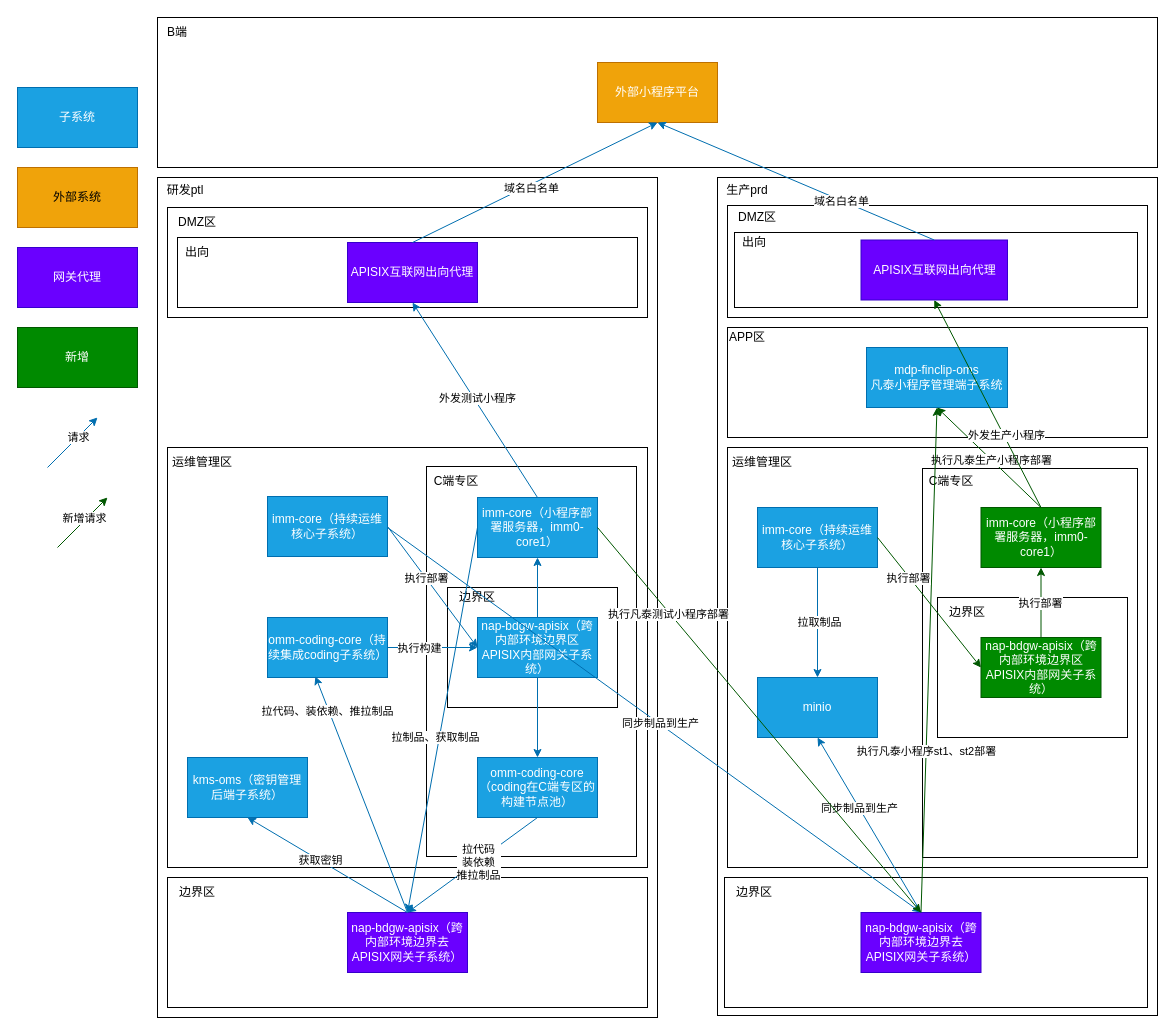
This is 小程序发布部署架构图-生产有C端专区-凡泰测试发到生产.drawio from lao-chengyong/-, a draw.io file, before an edit. Source tidied: cells renumbered, new cells numbered last; positions are measured from the earlier drawing's top-left corner, leaving out a move shared by most shapes. Both pictures are drawn from the tidied source at 100%, with x=0, y=0 at pixel (17, 17).
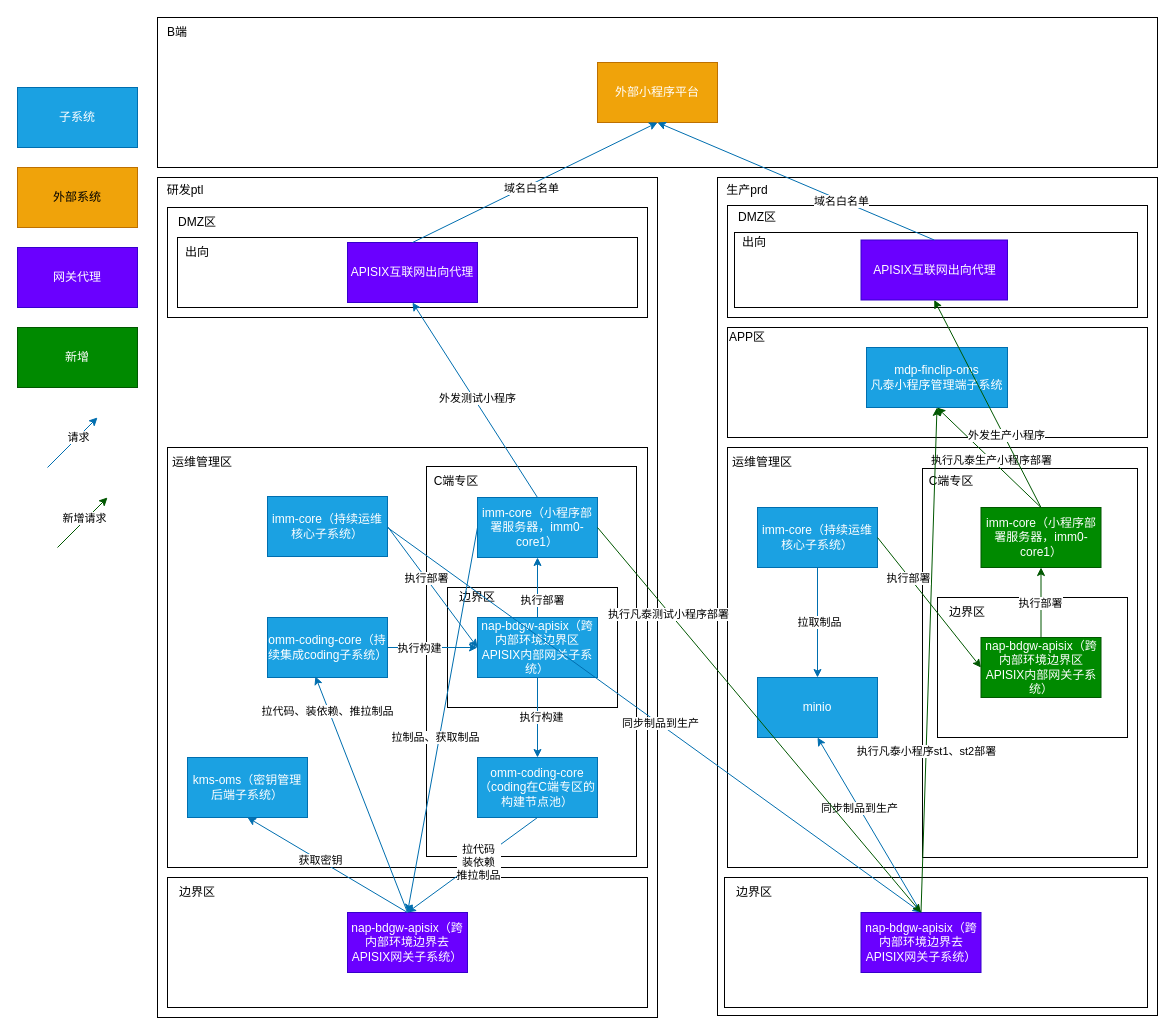
The same diagram, later.

Commit message:
更新小程序发布部署架构图-生产有C端专区-凡泰测试发到生产.drawio

The change refers to these unchanged cells:
```xml
<mxCell id="50" style="endArrow=classic;html=1;rounded=0;exitX=0.5;exitY=1;exitDx=0;exitDy=0;fillColor=#1ba1e2;strokeColor=#006EAF;" parent="1" edge="1" source="48" target="14">
  <mxGeometry relative="1" as="geometry" />
</mxCell>
<mxCell id="51" style="endArrow=classic;html=1;rounded=0;exitX=0.5;exitY=0;exitDx=0;exitDy=0;fillColor=#1ba1e2;strokeColor=#006EAF;entryX=0.5;entryY=1;entryDx=0;entryDy=0;" parent="1" edge="1" source="48" target="13">
  <mxGeometry relative="1" as="geometry" />
</mxCell>
```

What changed in the source:
```diff
@@
+    <mxCell id="98" value="执行构建" style="edgeLabel;html=1;align=center;verticalAlign=middle;" parent="50" vertex="1">
+      <mxGeometry x="-0.03" y="3" relative="1" as="geometry" />
+    </mxCell>
@@
+    <mxCell id="99" value="执行部署" style="edgeLabel;html=1;align=center;verticalAlign=middle;" parent="51" vertex="1">
+      <mxGeometry x="-0.4" y="-4" relative="1" as="geometry" />
+    </mxCell>
```
